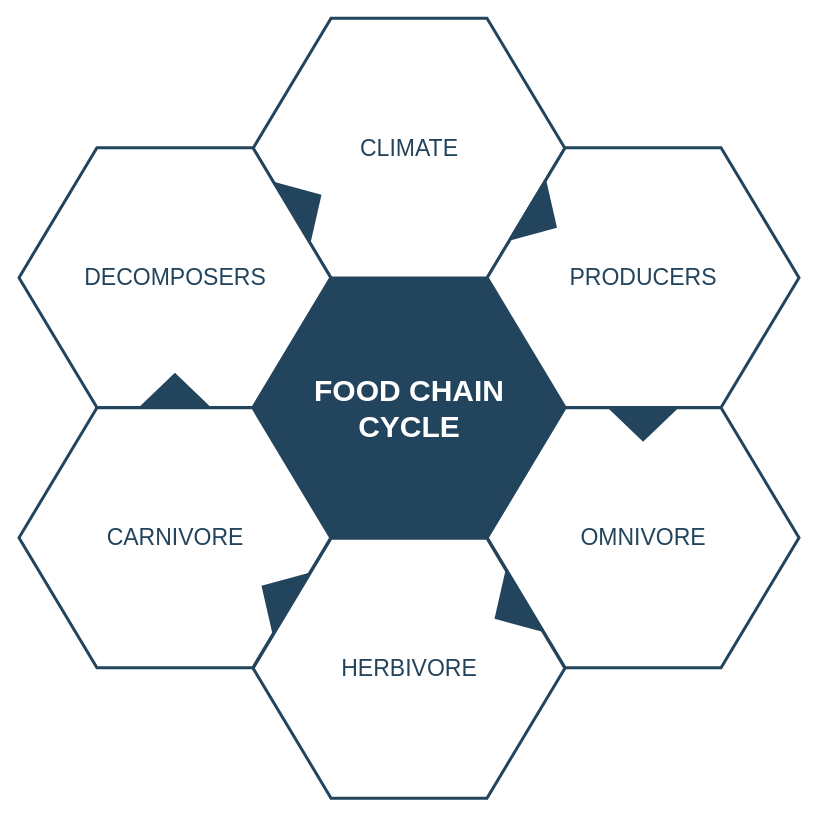
The draw.io diagram test.drawio in PeterVinter/Diagrams, before the edit. Source tidied: cells renumbered, new cells numbered last; positions are measured from the earlier drawing's top-left corner, leaving out a move shared by most shapes. Both pictures are drawn from the tidied source at 100%, with x=0, y=0 at pixel (18, 18).
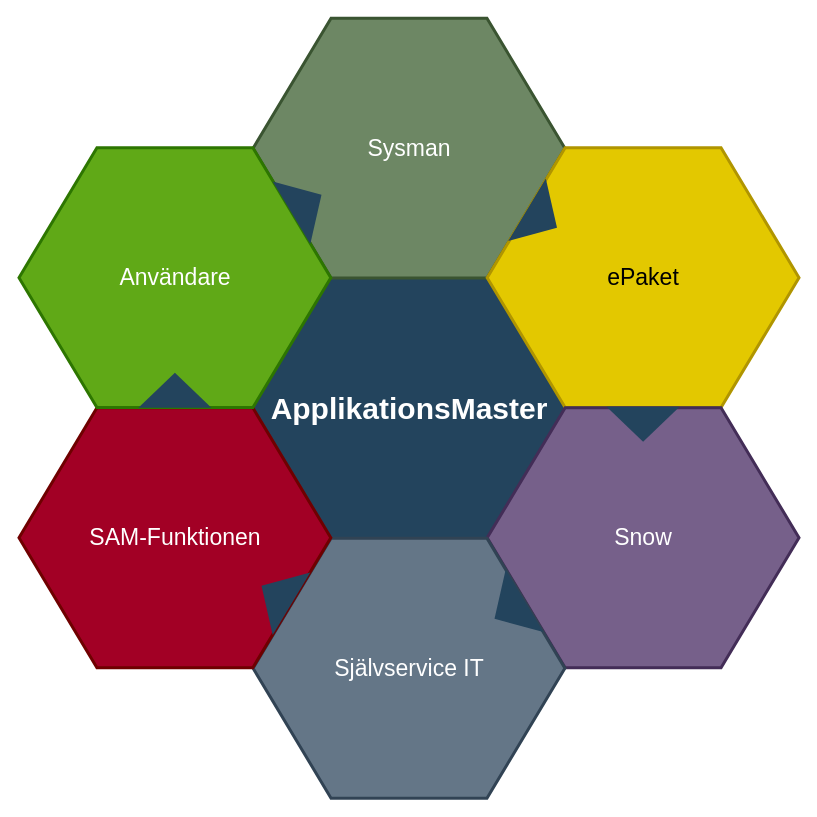
The same page after the edit.

What changed in the source:
```diff
@@
 <mxGraphModel>
   <root>
     <mxCell id="0" />
     <mxCell id="1" parent="0" />
-    <mxCell id="2" value="&lt;font style=&quot;font-size: 30px&quot; color=&quot;#ffffff&quot;&gt;&lt;b&gt;&lt;span&gt;FOOD CHAIN&lt;/span&gt;&lt;br&gt;&lt;span&gt;CYCLE&lt;/span&gt;&lt;/b&gt;&lt;/font&gt;&lt;br&gt;" style="shape=hexagon;perimeter=hexagonPerimeter2;whiteSpace=wrap;html=1;shadow=0;labelBackgroundColor=none;strokeColor=#23445D;fillColor=#23445D;gradientColor=none;fontFamily=Helvetica;fontSize=23;fontColor=#23445d;align=center;strokeWidth=3;" parent="1" vertex="1">
+    <mxCell id="2" value="&lt;font color=&quot;#ffffff&quot;&gt;&lt;span style=&quot;font-size: 30px;&quot;&gt;&lt;b&gt;ApplikationsMaster&lt;/b&gt;&lt;/span&gt;&lt;/font&gt;" style="shape=hexagon;perimeter=hexagonPerimeter2;whiteSpace=wrap;html=1;shadow=0;labelBackgroundColor=none;strokeColor=#23445D;fillColor=#23445D;gradientColor=none;fontFamily=Helvetica;fontSize=23;fontColor=#23445d;align=center;strokeWidth=3;" parent="1" vertex="1">
       <mxGeometry x="234.6" y="259.8" width="311.8" height="259.9" as="geometry" />
     </mxCell>
     <mxCell id="3" style="triangle;whiteSpace=wrap;html=1;shadow=0;labelBackgroundColor=none;strokeColor=none;fillColor=#FFFFFF;fontFamily=Helvetica;fontSize=17;fontColor=#23445d;align=center;rotation=90;gradientColor=none;flipV=1;flipH=1;opacity=20;" parent="1" vertex="1">
       <mxGeometry x="115.5" y="277.7" width="72" height="152" as="geometry" />
     </mxCell>
-    <mxCell id="4" value="&lt;font style=&quot;font-size: 23px&quot;&gt;CLIMATE&lt;/font&gt;" style="shape=hexagon;perimeter=hexagonPerimeter2;whiteSpace=wrap;html=1;shadow=0;labelBackgroundColor=none;strokeColor=#23445D;fillColor=#ffffff;gradientColor=none;fontFamily=Helvetica;fontSize=23;fontColor=#23445D;align=center;strokeWidth=3;" parent="1" vertex="1">
+    <mxCell id="4" value="&lt;font style=&quot;font-size: 23px&quot;&gt;Sysman&lt;/font&gt;" style="shape=hexagon;perimeter=hexagonPerimeter2;whiteSpace=wrap;html=1;shadow=0;labelBackgroundColor=none;strokeColor=#3A5431;fillColor=#6d8764;fontFamily=Helvetica;fontSize=23;fontColor=#ffffff;align=center;strokeWidth=3;" parent="1" vertex="1">
       <mxGeometry x="234.6" y="-0.3" width="311.8" height="259.9" as="geometry" />
     </mxCell>
-    <mxCell id="5" value="&lt;font style=&quot;font-size: 23px&quot;&gt;PRODUCERS&lt;/font&gt;" style="shape=hexagon;perimeter=hexagonPerimeter2;whiteSpace=wrap;html=1;shadow=0;labelBackgroundColor=none;strokeColor=#23445D;fillColor=#FFFFFF;gradientColor=none;fontFamily=Helvetica;fontSize=23;fontColor=#23445d;align=center;strokeWidth=3;" parent="1" vertex="1">
+    <mxCell id="5" value="&lt;font style=&quot;font-size: 23px&quot;&gt;ePaket&lt;/font&gt;" style="shape=hexagon;perimeter=hexagonPerimeter2;whiteSpace=wrap;html=1;shadow=0;labelBackgroundColor=none;strokeColor=#B09500;fillColor=#e3c800;fontFamily=Helvetica;fontSize=23;fontColor=#000000;align=center;strokeWidth=3;" parent="1" vertex="1">
       <mxGeometry x="468.7" y="129.2" width="311.8" height="259.9" as="geometry" />
     </mxCell>
-    <mxCell id="6" value="&lt;font style=&quot;font-size: 23px&quot;&gt;OMNIVORE&lt;/font&gt;" style="shape=hexagon;perimeter=hexagonPerimeter2;whiteSpace=wrap;html=1;shadow=0;labelBackgroundColor=none;strokeColor=#23445D;fillColor=#FFFFFF;gradientColor=none;fontFamily=Helvetica;fontSize=23;fontColor=#23445d;align=center;strokeWidth=3;" parent="1" vertex="1">
+    <mxCell id="6" value="&lt;font style=&quot;font-size: 23px&quot;&gt;Snow&lt;/font&gt;" style="shape=hexagon;perimeter=hexagonPerimeter2;whiteSpace=wrap;html=1;shadow=0;labelBackgroundColor=none;strokeColor=#432D57;fillColor=#76608a;fontFamily=Helvetica;fontSize=23;fontColor=#ffffff;align=center;strokeWidth=3;" parent="1" vertex="1">
       <mxGeometry x="468.7" y="389.3" width="311.8" height="259.9" as="geometry" />
     </mxCell>
-    <mxCell id="7" value="&lt;font style=&quot;font-size: 23px&quot;&gt;HERBIVORE&lt;/font&gt;" style="shape=hexagon;perimeter=hexagonPerimeter2;whiteSpace=wrap;html=1;shadow=0;labelBackgroundColor=none;strokeColor=#23445D;fillColor=#FFFFFF;gradientColor=none;fontFamily=Helvetica;fontSize=23;fontColor=#23445d;align=center;strokeWidth=3;" parent="1" vertex="1">
+    <mxCell id="7" value="&lt;font style=&quot;font-size: 23px&quot;&gt;Självservice IT&lt;/font&gt;" style="shape=hexagon;perimeter=hexagonPerimeter2;whiteSpace=wrap;html=1;shadow=0;labelBackgroundColor=none;strokeColor=#314354;fillColor=#647687;fontFamily=Helvetica;fontSize=23;fontColor=#ffffff;align=center;strokeWidth=3;" parent="1" vertex="1">
       <mxGeometry x="234.6" y="519.8" width="311.8" height="259.9" as="geometry" />
     </mxCell>
-    <mxCell id="8" value="&lt;font style=&quot;font-size: 23px&quot;&gt;CARNIVORE&lt;/font&gt;" style="shape=hexagon;perimeter=hexagonPerimeter2;whiteSpace=wrap;html=1;shadow=0;labelBackgroundColor=none;strokeColor=#23445D;fillColor=#FFFFFF;gradientColor=none;fontFamily=Helvetica;fontSize=23;fontColor=#23445d;align=center;strokeWidth=3;" parent="1" vertex="1">
+    <mxCell id="8" value="&lt;font style=&quot;font-size: 23px&quot;&gt;SAM-Funktionen&lt;/font&gt;" style="shape=hexagon;perimeter=hexagonPerimeter2;whiteSpace=wrap;html=1;shadow=0;labelBackgroundColor=none;strokeColor=#6F0000;fillColor=#a20025;fontFamily=Helvetica;fontSize=23;fontColor=#ffffff;align=center;strokeWidth=3;" parent="1" vertex="1">
       <mxGeometry x="0.5" y="389.3" width="311.8" height="259.9" as="geometry" />
     </mxCell>
-    <mxCell id="9" value="&lt;font style=&quot;font-size: 23px;&quot;&gt;DECOMPOSERS&lt;/font&gt;" style="shape=hexagon;perimeter=hexagonPerimeter2;whiteSpace=wrap;html=1;shadow=0;labelBackgroundColor=none;strokeColor=#23445D;fillColor=#ffffff;gradientColor=none;fontFamily=Helvetica;fontSize=23;fontColor=#23445D;align=center;strokeWidth=3;" parent="1" vertex="1">
+    <mxCell id="9" value="&lt;font style=&quot;font-size: 23px;&quot;&gt;Användare&lt;/font&gt;" style="shape=hexagon;perimeter=hexagonPerimeter2;whiteSpace=wrap;html=1;shadow=0;labelBackgroundColor=none;strokeColor=#2D7600;fillColor=#60a917;fontFamily=Helvetica;fontSize=23;fontColor=#ffffff;align=center;strokeWidth=3;" parent="1" vertex="1">
       <mxGeometry x="0.5" y="129.2" width="311.8" height="259.9" as="geometry" />
     </mxCell>
     <mxCell id="10" style="triangle;whiteSpace=wrap;html=1;shadow=0;labelBackgroundColor=none;strokeColor=none;fillColor=#23445D;fontFamily=Helvetica;fontSize=17;fontColor=#23445d;align=center;rotation=31;gradientColor=none;strokeWidth=3;" parent="1" vertex="1">
       <mxGeometry x="506" y="163.7" width="35" height="73" as="geometry" />
     </mxCell>
     <mxCell id="11" style="triangle;whiteSpace=wrap;html=1;shadow=0;labelBackgroundColor=none;strokeColor=none;fillColor=#23445D;fontFamily=Helvetica;fontSize=17;fontColor=#23445d;align=center;rotation=31;gradientColor=none;flipH=1;strokeWidth=3;" parent="1" vertex="1">
       <mxGeometry x="240.5" y="539.7" width="35" height="73" as="geometry" />
     </mxCell>
     <mxCell id="12" style="triangle;whiteSpace=wrap;html=1;shadow=0;labelBackgroundColor=none;strokeColor=none;fillColor=#23445D;fontFamily=Helvetica;fontSize=17;fontColor=#23445d;align=center;rotation=329;gradientColor=none;strokeWidth=3;" parent="1" vertex="1">
       <mxGeometry x="270.5" y="148.7" width="35" height="73" as="geometry" />
     </mxCell>
     <mxCell id="13" style="triangle;whiteSpace=wrap;html=1;shadow=0;labelBackgroundColor=none;strokeColor=none;fillColor=#23445D;fontFamily=Helvetica;fontSize=17;fontColor=#23445d;align=center;rotation=329;gradientColor=none;flipH=1;strokeWidth=3;" parent="1" vertex="1">
       <mxGeometry x="473.5" y="554.7" width="35" height="73" as="geometry" />
     </mxCell>
     <mxCell id="14" style="triangle;whiteSpace=wrap;html=1;shadow=0;labelBackgroundColor=none;strokeColor=none;fillColor=#23445D;fontFamily=Helvetica;fontSize=17;fontColor=#23445d;align=center;rotation=90;gradientColor=none;strokeWidth=3;" parent="1" vertex="1">
       <mxGeometry x="607.1" y="369.2" width="35" height="73" as="geometry" />
     </mxCell>
     <mxCell id="15" style="triangle;whiteSpace=wrap;html=1;shadow=0;labelBackgroundColor=none;strokeColor=none;fillColor=#23445D;fontFamily=Helvetica;fontSize=17;fontColor=#23445d;align=center;rotation=90;gradientColor=none;flipH=1;strokeWidth=3;" parent="1" vertex="1">
       <mxGeometry x="138.9" y="335.2" width="35" height="73" as="geometry" />
     </mxCell>
   </root>
 </mxGraphModel>
```
